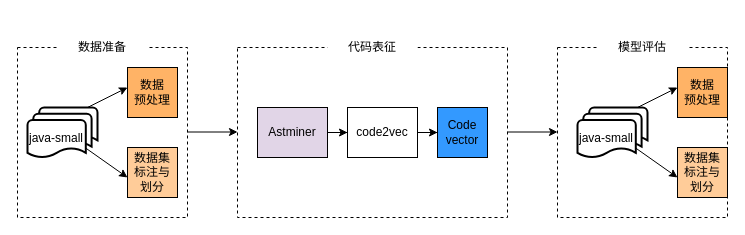
balllightnings/balllightnings.github.io keeps this draw.io diagram as c2v.drawio. Above is the earlier version. Source tidied: cells renumbered, new cells numbered last; positions are measured from the earlier drawing's top-left corner, leaving out a move shared by most shapes. Both pictures are drawn from the tidied source at 100%, with x=0, y=0 at pixel (17, 17).
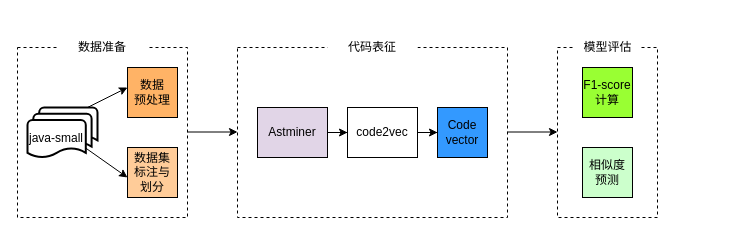
Above is the later version.

Diff of the diagram source:
```diff
@@
     <mxCell id="20" style="whiteSpace=wrap;html=1;dashed=1;" parent="1" vertex="1">
-      <mxGeometry x="540" y="30" width="170" height="170" as="geometry" />
+      <mxGeometry x="540" y="30" width="100" height="170" as="geometry" />
     </mxCell>
     <mxCell id="21" value="模型评估" style="text;html=1;align=center;verticalAlign=middle;whiteSpace=wrap;rounded=0;dashed=1;labelBackgroundColor=none;fillColor=#ffffff;" parent="1" vertex="1">
-      <mxGeometry x="580" width="90" height="60" as="geometry" />
+      <mxGeometry x="557.5" width="65" height="60" as="geometry" />
     </mxCell>
-    <mxCell id="22" value="&lt;div&gt;数据&lt;/div&gt;&lt;div&gt;预处理&lt;br&gt;&lt;/div&gt;" style="whiteSpace=wrap;html=1;labelBackgroundColor=none;fillColor=#FFB366;" parent="1" vertex="1">
-      <mxGeometry x="660" y="50" width="50" height="50" as="geometry" />
+    <mxCell id="22" value="&lt;div&gt;F1-score&lt;/div&gt;&lt;div&gt;计算&lt;br&gt;&lt;/div&gt;" style="whiteSpace=wrap;html=1;labelBackgroundColor=none;fillColor=#99FF33;" parent="1" vertex="1">
+      <mxGeometry x="565" y="50" width="50" height="50" as="geometry" />
     </mxCell>
-    <mxCell id="23" value="&lt;div&gt;数据集&lt;/div&gt;&lt;div&gt;标注与&lt;/div&gt;&lt;div&gt;划分&lt;/div&gt;" style="whiteSpace=wrap;html=1;labelBackgroundColor=none;fillColor=#FFCC99;" parent="1" vertex="1">
-      <mxGeometry x="660" y="130" width="50" height="50" as="geometry" />
+    <mxCell id="23" value="&lt;div&gt;相似度&lt;/div&gt;&lt;div&gt;预测&lt;br&gt;&lt;/div&gt;" style="whiteSpace=wrap;html=1;labelBackgroundColor=none;fillColor=#CCFFCC;" parent="1" vertex="1">
+      <mxGeometry x="565" y="130" width="50" height="50" as="geometry" />
     </mxCell>
-    <mxCell id="24" style="group;" parent="1" vertex="1">
-      <mxGeometry x="560" y="90" width="70" height="50" as="geometry" />
-    </mxCell>
-    <mxCell id="25" style="strokeWidth=2;html=1;shape=mxgraph.flowchart.document2;whiteSpace=wrap;size=0.25;shadow=0;" parent="24" vertex="1">
-      <mxGeometry x="11.7" width="58.3" height="37.5" as="geometry" />
-    </mxCell>
-    <mxCell id="26" style="strokeWidth=2;html=1;shape=mxgraph.flowchart.document2;whiteSpace=wrap;size=0.25;shadow=0;" parent="24" vertex="1">
-      <mxGeometry x="5.8" y="6.2" width="58.3" height="37.5" as="geometry" />
-    </mxCell>
-    <mxCell id="27" value="java-small" style="strokeWidth=2;html=1;shape=mxgraph.flowchart.document2;whiteSpace=wrap;size=0.25;shadow=0;" parent="24" vertex="1">
-      <mxGeometry y="12.5" width="58.3" height="37.5" as="geometry" />
-    </mxCell>
-    <mxCell id="28" style="endArrow=classic;html=1;" parent="1" edge="1">
-      <mxGeometry relative="1" as="geometry">
-        <mxPoint x="620" y="90" as="sourcePoint" />
-        <mxPoint x="660" y="70" as="targetPoint" />
-      </mxGeometry>
-    </mxCell>
-    <mxCell id="29" style="endArrow=classic;html=1;exitX=1;exitY=0.75;exitDx=0;exitDy=0;exitPerimeter=0;" parent="1" edge="1" source="27">
-      <mxGeometry relative="1" as="geometry">
-        <mxPoint x="660" y="160" as="targetPoint" />
-      </mxGeometry>
-    </mxCell>
```
